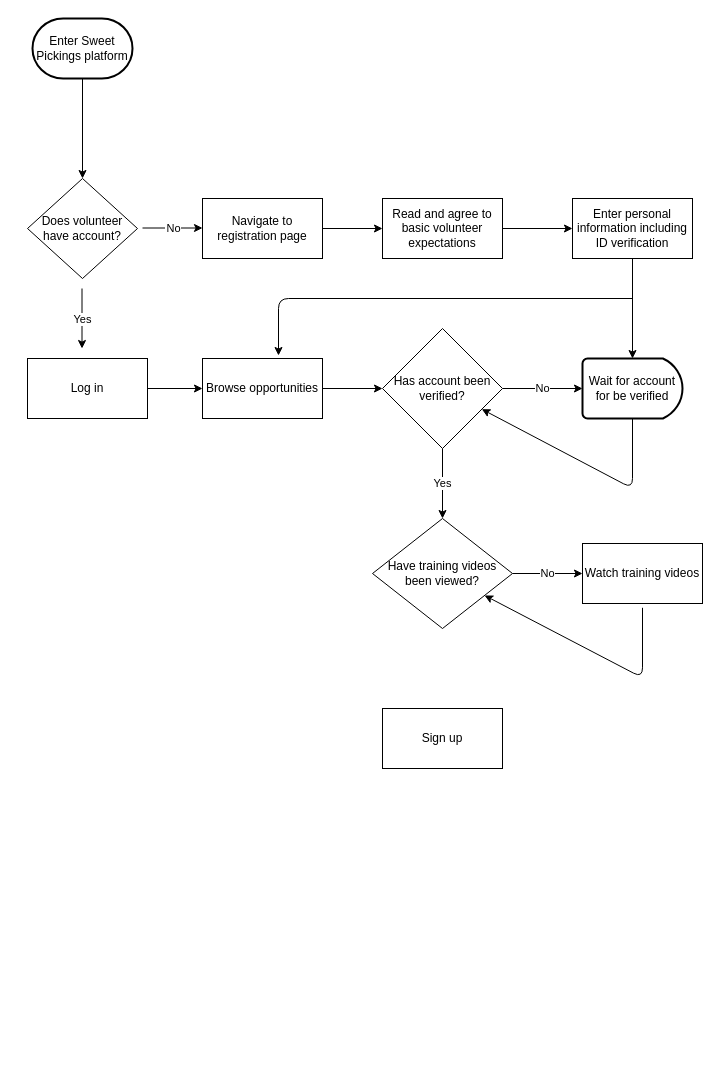
Above: page "Volunteer Process Diagram" (1 of 2) of SweetPickingsProcessDiagram.drawio in ellajh/SweetPickings (draw.io), before the change. Source tidied: cells renumbered, new cells numbered last; positions are measured from the earlier drawing's top-left corner, leaving out a move shared by most shapes. Both pictures are drawn from the tidied source at 100%, with x=0, y=0 at pixel (27, 18).
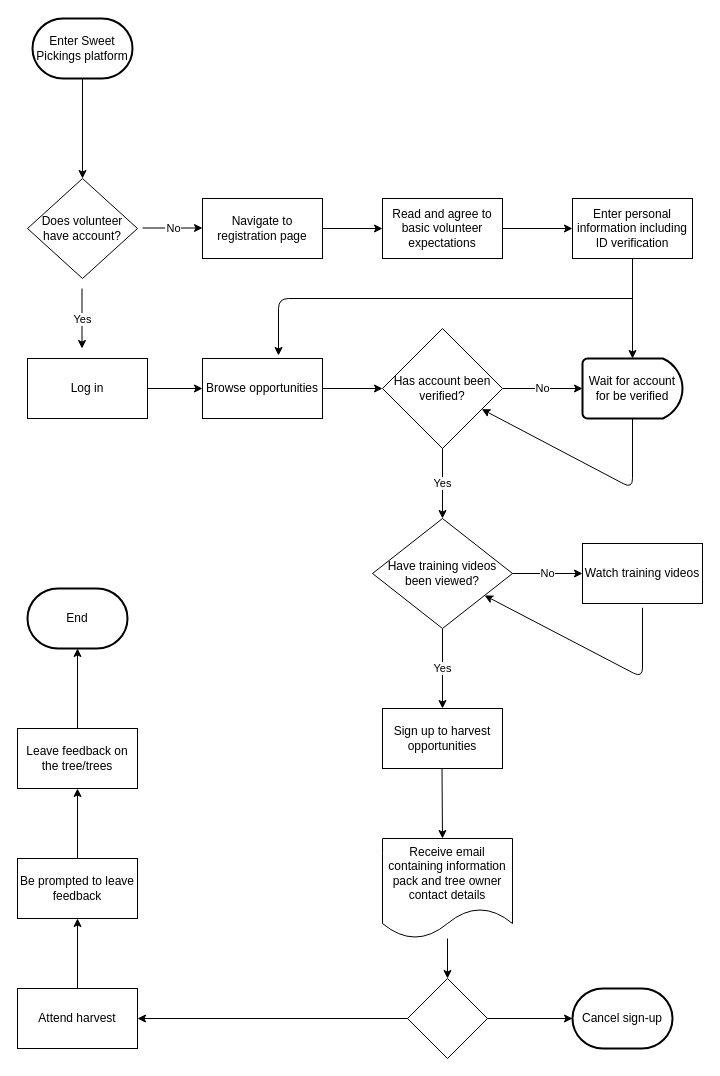
The same diagram, later.

Commit message:
Finished volunteer user experience process diagram, started tree owner user experience process diagram

Unchanged cells that the change refers to:
```xml
<mxCell id="16" value="Have training videos been viewed?" style="rhombus;whiteSpace=wrap;html=1;" parent="1" vertex="1">
  <mxGeometry x="345" y="500" width="140" height="110" as="geometry" />
</mxCell>
```

What changed in the source:
```diff
@@
+    <mxCell id="30" value="Yes" style="edgeStyle=orthogonalEdgeStyle;rounded=0;jettySize=auto;html=1;" parent="1" edge="1" source="16" target="18">
+      <mxGeometry relative="1" as="geometry" />
+    </mxCell>
@@
-    <mxCell id="18" value="&lt;div&gt;Sign up&lt;/div&gt;" style="rounded=0;whiteSpace=wrap;html=1;" parent="1" vertex="1">
+    <mxCell id="18" value="&lt;div&gt;Sign up to harvest opportunities&lt;/div&gt;" style="rounded=0;whiteSpace=wrap;html=1;" parent="1" vertex="1">
       <mxGeometry x="355" y="690" width="120" height="60" as="geometry" />
     </mxCell>
@@
+    <mxCell id="31" style="edgeStyle=orthogonalEdgeStyle;rounded=0;jettySize=auto;html=1;" parent="1" edge="1" source="32" target="36">
+      <mxGeometry relative="1" as="geometry" />
+    </mxCell>
+    <mxCell id="32" value="Receive email containing information pack and tree owner contact details" style="shape=document;whiteSpace=wrap;html=1;boundedLbl=1;" parent="1" vertex="1">
+      <mxGeometry x="355" y="820" width="130" height="100" as="geometry" />
+    </mxCell>
+    <mxCell id="33" style="endArrow=classic;html=1;" parent="1" edge="1">
+      <mxGeometry relative="1" as="geometry">
+        <mxPoint x="414.5" y="750" as="sourcePoint" />
+        <mxPoint x="415" y="820" as="targetPoint" />
+      </mxGeometry>
+    </mxCell>
+    <mxCell id="34" style="edgeStyle=orthogonalEdgeStyle;rounded=0;jettySize=auto;html=1;" parent="1" edge="1" source="36" target="37">
+      <mxGeometry relative="1" as="geometry" />
+    </mxCell>
+    <mxCell id="35" style="edgeStyle=orthogonalEdgeStyle;rounded=0;jettySize=auto;html=1;" parent="1" edge="1" source="36" target="39">
+      <mxGeometry relative="1" as="geometry" />
+    </mxCell>
+    <mxCell id="36" style="rhombus;whiteSpace=wrap;html=1;" parent="1" vertex="1">
+      <mxGeometry x="380" y="960" width="80" height="80" as="geometry" />
+    </mxCell>
+    <mxCell id="37" value="Cancel sign-up" style="strokeWidth=2;html=1;shape=mxgraph.flowchart.terminator;whiteSpace=wrap;" parent="1" vertex="1">
+      <mxGeometry x="545" y="970" width="100" height="60" as="geometry" />
+    </mxCell>
+    <mxCell id="38" style="edgeStyle=orthogonalEdgeStyle;rounded=0;jettySize=auto;html=1;" parent="1" edge="1" source="39" target="41">
+      <mxGeometry relative="1" as="geometry" />
+    </mxCell>
+    <mxCell id="39" value="Attend harvest" style="rounded=0;whiteSpace=wrap;html=1;" parent="1" vertex="1">
+      <mxGeometry x="-10" y="970" width="120" height="60" as="geometry" />
+    </mxCell>
+    <mxCell id="40" style="edgeStyle=orthogonalEdgeStyle;rounded=0;jettySize=auto;html=1;" parent="1" edge="1" source="41" target="43">
+      <mxGeometry relative="1" as="geometry" />
+    </mxCell>
+    <mxCell id="41" value="Be prompted to leave feedback" style="rounded=0;whiteSpace=wrap;html=1;" parent="1" vertex="1">
+      <mxGeometry x="-10" y="840" width="120" height="60" as="geometry" />
+    </mxCell>
+    <mxCell id="42" style="edgeStyle=orthogonalEdgeStyle;rounded=0;jettySize=auto;html=1;" parent="1" edge="1" source="43" target="44">
+      <mxGeometry relative="1" as="geometry" />
+    </mxCell>
+    <mxCell id="43" value="Leave feedback on the tree/trees" style="rounded=0;whiteSpace=wrap;html=1;" parent="1" vertex="1">
+      <mxGeometry x="-10" y="710" width="120" height="60" as="geometry" />
+    </mxCell>
+    <mxCell id="44" value="End" style="strokeWidth=2;html=1;shape=mxgraph.flowchart.terminator;whiteSpace=wrap;" parent="1" vertex="1">
+      <mxGeometry y="570" width="100" height="60" as="geometry" />
+    </mxCell>
```
